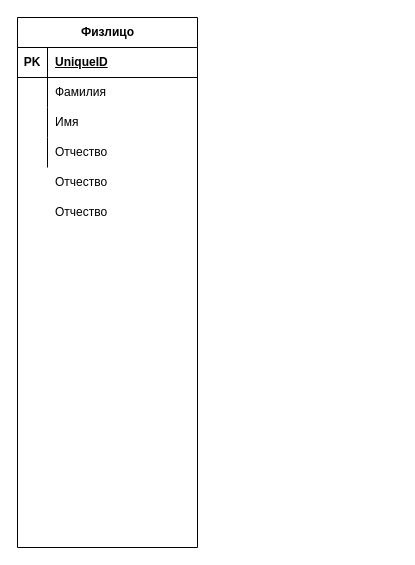
The draw.io diagram Testing.drawio in pytonuserouner/UML_study, before the edit. Source tidied: cells renumbered, new cells numbered last; positions are measured from the earlier drawing's top-left corner, leaving out a move shared by most shapes. Both pictures are drawn from the tidied source at 100%, with x=0, y=0 at pixel (17, 17).
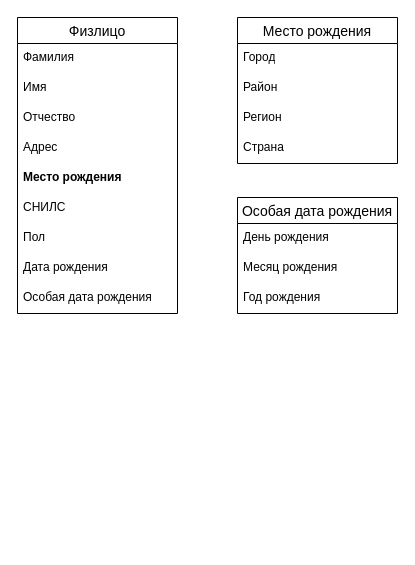
The same diagram, later.

The change refers to these unchanged cells:
```xml
<mxCell id="15" style="shape=tableRow;horizontal=0;startSize=0;swimlaneHead=0;swimlaneBody=0;fillColor=none;top=0;left=0;right=0;bottom=0;" parent="1" vertex="1">
  <mxGeometry y="150" width="180" height="30" as="geometry" />
</mxCell>
<mxCell id="18" style="shape=tableRow;horizontal=0;startSize=0;swimlaneHead=0;swimlaneBody=0;fillColor=none;top=0;left=0;right=0;bottom=0;" parent="1" vertex="1">
  <mxGeometry y="180" width="180" height="30" as="geometry" />
</mxCell>
```

Change to the diagram source:
```diff
@@
-    <mxCell id="2" value="Физлицо" style="shape=table;startSize=30;childLayout=tableLayout;rowLines=0;fontStyle=1;align=center;html=1;swimlaneLine=1;" parent="1" vertex="1">
-      <mxGeometry width="180" height="530" as="geometry" />
-    </mxCell>
-    <mxCell id="3" style="shape=tableRow;horizontal=0;startSize=0;swimlaneHead=0;swimlaneBody=0;fillColor=none;top=0;left=0;right=0;bottom=1;" parent="2" vertex="1">
-      <mxGeometry y="30" width="180" height="30" as="geometry" />
-    </mxCell>
-    <mxCell id="4" value="PK" style="shape=partialRectangle;fillColor=none;top=0;left=0;bottom=0;right=0;fontStyle=1;overflow=hidden;whiteSpace=wrap;html=1;" parent="3" vertex="1">
-      <mxGeometry width="30" height="30" as="geometry" />
-    </mxCell>
-    <mxCell id="5" value="UniqueID" style="shape=partialRectangle;fillColor=none;top=0;left=0;bottom=0;right=0;align=left;spacingLeft=6;fontStyle=5;overflow=hidden;whiteSpace=wrap;html=1;" parent="3" vertex="1">
-      <mxGeometry x="30" width="150" height="30" as="geometry" />
-    </mxCell>
-    <mxCell id="6" style="shape=tableRow;horizontal=0;startSize=0;swimlaneHead=0;swimlaneBody=0;fillColor=none;top=0;left=0;right=0;bottom=0;" parent="2" vertex="1">
-      <mxGeometry y="60" width="180" height="30" as="geometry" />
-    </mxCell>
-    <mxCell id="7" style="shape=partialRectangle;fillColor=none;top=0;left=0;bottom=0;right=0;overflow=hidden;whiteSpace=wrap;html=1;" parent="6" vertex="1">
-      <mxGeometry width="30" height="30" as="geometry" />
-    </mxCell>
-    <mxCell id="8" value="Фамилия" style="shape=partialRectangle;fillColor=none;top=0;left=0;bottom=0;right=0;align=left;spacingLeft=6;overflow=hidden;whiteSpace=wrap;html=1;" parent="6" vertex="1">
-      <mxGeometry x="30" width="150" height="30" as="geometry" />
-    </mxCell>
-    <mxCell id="9" style="shape=tableRow;horizontal=0;startSize=0;swimlaneHead=0;swimlaneBody=0;fillColor=none;top=0;left=0;right=0;bottom=0;" parent="2" vertex="1">
-      <mxGeometry y="90" width="180" height="30" as="geometry" />
-    </mxCell>
-    <mxCell id="10" style="shape=partialRectangle;fillColor=none;top=0;left=0;bottom=0;right=0;overflow=hidden;whiteSpace=wrap;html=1;" parent="9" vertex="1">
-      <mxGeometry width="30" height="30" as="geometry" />
-    </mxCell>
-    <mxCell id="11" value="Имя" style="shape=partialRectangle;fillColor=none;top=0;left=0;bottom=0;right=0;align=left;spacingLeft=6;overflow=hidden;whiteSpace=wrap;html=1;" parent="9" vertex="1">
-      <mxGeometry x="30" width="150" height="30" as="geometry" />
-    </mxCell>
-    <mxCell id="12" style="shape=tableRow;horizontal=0;startSize=0;swimlaneHead=0;swimlaneBody=0;fillColor=none;top=0;left=0;right=0;bottom=0;" parent="2" vertex="1">
-      <mxGeometry y="120" width="180" height="30" as="geometry" />
-    </mxCell>
-    <mxCell id="13" style="shape=partialRectangle;fillColor=none;top=0;left=0;bottom=0;right=0;overflow=hidden;whiteSpace=wrap;html=1;" parent="12" vertex="1">
-      <mxGeometry width="30" height="30" as="geometry" />
-    </mxCell>
-    <mxCell id="14" value="Отчество" style="shape=partialRectangle;fillColor=none;top=0;left=0;bottom=0;right=0;align=left;spacingLeft=6;overflow=hidden;whiteSpace=wrap;html=1;" parent="12" vertex="1">
-      <mxGeometry x="30" width="150" height="30" as="geometry" />
-    </mxCell>
@@
-    <mxCell id="17" value="Отчество" style="shape=partialRectangle;fillColor=none;top=0;left=0;bottom=0;right=0;align=left;spacingLeft=6;overflow=hidden;whiteSpace=wrap;html=1;" parent="15" vertex="1">
-      <mxGeometry x="30" width="150" height="30" as="geometry" />
-    </mxCell>
@@
-    <mxCell id="20" value="Отчество" style="shape=partialRectangle;fillColor=none;top=0;left=0;bottom=0;right=0;align=left;spacingLeft=6;overflow=hidden;whiteSpace=wrap;html=1;" parent="18" vertex="1">
-      <mxGeometry x="30" width="150" height="30" as="geometry" />
-    </mxCell>
+    <mxCell id="2" value="Физлицо" style="swimlane;fontStyle=0;horizontal=1;startSize=26;align=center;fontSize=14;" parent="1" vertex="1">
+      <mxGeometry width="160" height="296" as="geometry" />
+    </mxCell>
+    <mxCell id="8" value="Фамилия" style="text;strokeColor=none;fillColor=none;spacingLeft=4;spacingRight=4;overflow=hidden;fontSize=12;whiteSpace=wrap;html=1;" parent="2" vertex="1">
+      <mxGeometry y="26" width="160" height="30" as="geometry" />
+    </mxCell>
+    <mxCell id="11" value="Имя" style="text;strokeColor=none;fillColor=none;spacingLeft=4;spacingRight=4;overflow=hidden;fontSize=12;whiteSpace=wrap;html=1;" parent="2" vertex="1">
+      <mxGeometry y="56" width="160" height="30" as="geometry" />
+    </mxCell>
+    <mxCell id="21" value="Отчество" style="text;strokeColor=none;fillColor=none;spacingLeft=4;spacingRight=4;overflow=hidden;fontSize=12;whiteSpace=wrap;html=1;" parent="2" vertex="1">
+      <mxGeometry y="86" width="160" height="30" as="geometry" />
+    </mxCell>
+    <mxCell id="22" value="Адрес" style="text;strokeColor=none;fillColor=none;spacingLeft=4;spacingRight=4;overflow=hidden;fontSize=12;whiteSpace=wrap;html=1;" parent="2" vertex="1">
+      <mxGeometry y="116" width="160" height="30" as="geometry" />
+    </mxCell>
+    <mxCell id="23" value="&lt;b&gt;Место рождения&lt;/b&gt;" style="text;strokeColor=none;fillColor=none;spacingLeft=4;spacingRight=4;overflow=hidden;fontSize=12;whiteSpace=wrap;html=1;" parent="2" vertex="1">
+      <mxGeometry y="146" width="160" height="30" as="geometry" />
+    </mxCell>
+    <mxCell id="24" value="СНИЛС" style="text;strokeColor=none;fillColor=none;spacingLeft=4;spacingRight=4;overflow=hidden;fontSize=12;whiteSpace=wrap;html=1;" parent="2" vertex="1">
+      <mxGeometry y="176" width="160" height="30" as="geometry" />
+    </mxCell>
+    <mxCell id="25" value="Пол" style="text;strokeColor=none;fillColor=none;spacingLeft=4;spacingRight=4;overflow=hidden;fontSize=12;whiteSpace=wrap;html=1;" parent="2" vertex="1">
+      <mxGeometry y="206" width="160" height="30" as="geometry" />
+    </mxCell>
+    <mxCell id="26" value="Дата рождения" style="text;strokeColor=none;fillColor=none;spacingLeft=4;spacingRight=4;overflow=hidden;fontSize=12;whiteSpace=wrap;html=1;" parent="2" vertex="1">
+      <mxGeometry y="236" width="160" height="30" as="geometry" />
+    </mxCell>
+    <mxCell id="27" value="Особая дата рождения" style="text;strokeColor=none;fillColor=none;spacingLeft=4;spacingRight=4;overflow=hidden;fontSize=12;whiteSpace=wrap;html=1;" parent="2" vertex="1">
+      <mxGeometry y="266" width="160" height="30" as="geometry" />
+    </mxCell>
+    <mxCell id="28" value="Место рождения" style="swimlane;fontStyle=0;horizontal=1;startSize=26;align=center;fontSize=14;" parent="1" vertex="1">
+      <mxGeometry x="220" width="160" height="146" as="geometry" />
+    </mxCell>
+    <mxCell id="29" value="Город" style="text;strokeColor=none;fillColor=none;spacingLeft=4;spacingRight=4;overflow=hidden;fontSize=12;whiteSpace=wrap;html=1;" parent="28" vertex="1">
+      <mxGeometry y="26" width="160" height="30" as="geometry" />
+    </mxCell>
+    <mxCell id="30" value="Район" style="text;strokeColor=none;fillColor=none;spacingLeft=4;spacingRight=4;overflow=hidden;fontSize=12;whiteSpace=wrap;html=1;" parent="28" vertex="1">
+      <mxGeometry y="56" width="160" height="30" as="geometry" />
+    </mxCell>
+    <mxCell id="31" value="Регион" style="text;strokeColor=none;fillColor=none;spacingLeft=4;spacingRight=4;overflow=hidden;fontSize=12;whiteSpace=wrap;html=1;" parent="28" vertex="1">
+      <mxGeometry y="86" width="160" height="30" as="geometry" />
+    </mxCell>
+    <mxCell id="32" value="Страна" style="text;strokeColor=none;fillColor=none;spacingLeft=4;spacingRight=4;overflow=hidden;fontSize=12;whiteSpace=wrap;html=1;" parent="28" vertex="1">
+      <mxGeometry y="116" width="160" height="30" as="geometry" />
+    </mxCell>
+    <mxCell id="33" value="Особая дата рождения" style="swimlane;fontStyle=0;horizontal=1;startSize=26;align=center;fontSize=14;" parent="1" vertex="1">
+      <mxGeometry x="220" y="180" width="160" height="116" as="geometry" />
+    </mxCell>
+    <mxCell id="34" value="День рождения" style="text;strokeColor=none;fillColor=none;spacingLeft=4;spacingRight=4;overflow=hidden;fontSize=12;whiteSpace=wrap;html=1;" parent="33" vertex="1">
+      <mxGeometry y="26" width="160" height="30" as="geometry" />
+    </mxCell>
+    <mxCell id="35" value="Месяц рождения" style="text;strokeColor=none;fillColor=none;spacingLeft=4;spacingRight=4;overflow=hidden;fontSize=12;whiteSpace=wrap;html=1;" parent="33" vertex="1">
+      <mxGeometry y="56" width="160" height="30" as="geometry" />
+    </mxCell>
+    <mxCell id="36" value="Год рождения" style="text;strokeColor=none;fillColor=none;spacingLeft=4;spacingRight=4;overflow=hidden;fontSize=12;whiteSpace=wrap;html=1;" parent="33" vertex="1">
+      <mxGeometry y="86" width="160" height="30" as="geometry" />
+    </mxCell>
```
